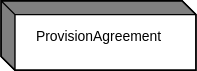
Earlier version of the draw.io export docs/logical_interfaces/media/sdmx_registry-provision_agreement.svg (sdmx-twg/sdmx-im). Source tidied: cells renumbered, new cells last; positions are measured from the earlier drawing's top-left corner, leaving out a move shared by most shapes.
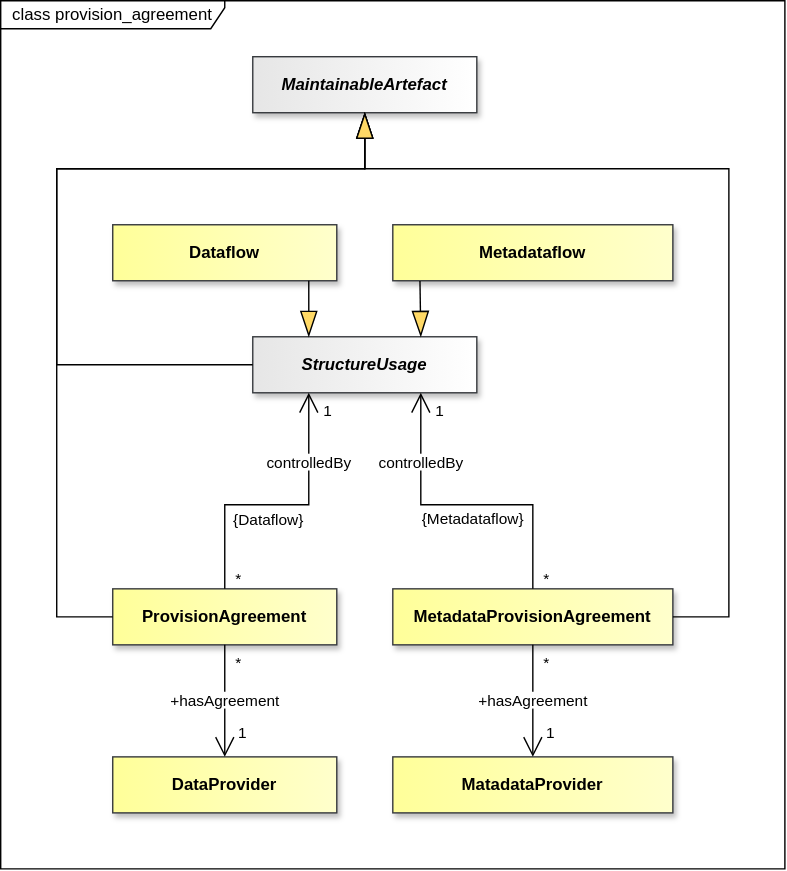
The same file after the commit.

The edit, as a diff of the source:
```diff
@@ -2,9 +2,9 @@
   <root>
     <mxCell id="0" />
     <mxCell id="1" parent="0" />
-    <mxCell id="2" value="ProvisionAgreement" style="shape=mxgraph.dfd.externalEntity;fontSize=10;" parent="1" vertex="1">
-      <mxGeometry width="140" height="50" as="geometry" />
-    </mxCell>
+    <mxCell id="64" value="class provision_agreement" style="shape=umlFrame;whiteSpace=wrap;html=1;fillColor=light-dark(#FFFFFF,#121212);swimlaneFillColor=light-dark(#FFFFFF,#121212);width=160;height=20;" parent="1" vertex="1">
+      <mxGeometry x="-80" y="-420" width="560" height="620" as="geometry" />
+    </mxCell>
     <mxCell id="3" style="endArrow=none;" parent="1" edge="1">
       <mxGeometry relative="1" as="geometry" />
     </mxCell>
@@ -125,9 +125,6 @@
     <mxCell id="42" style="endArrow=none;" parent="1" edge="1">
       <mxGeometry relative="1" as="geometry" />
     </mxCell>
-    <mxCell id="43" style="endArrow=none;" parent="1" edge="1" target="2">
-      <mxGeometry relative="1" as="geometry" />
-    </mxCell>
     <mxCell id="44" style="endArrow=none;" parent="1" edge="1">
       <mxGeometry relative="1" as="geometry" />
     </mxCell>
@@ -182,11 +179,135 @@
     <mxCell id="61" style="endArrow=none;" parent="1" edge="1">
       <mxGeometry relative="1" as="geometry" />
     </mxCell>
-    <mxCell id="62" value="controlledBy" style="endArrow=none;" parent="1" edge="1" source="2">
-      <mxGeometry relative="1" as="geometry" />
-    </mxCell>
-    <mxCell id="63" style="endArrow=none;" parent="1" edge="1" source="2">
-      <mxGeometry relative="1" as="geometry" />
-    </mxCell>
+    <mxCell id="65" value="&lt;span&gt;&lt;span&gt;StructureUsage&lt;/span&gt;&lt;/span&gt;" style="whiteSpace=wrap;html=1;verticalAlign=middle;gradientDirection=east;imageVerticalAlign=top;fontStyle=3;fillColor=light-dark(#E6E6E6,#E6E6E6);strokeColor=#36393d;fontColor=light-dark(#000000,#000000);gradientColor=light-dark(#FFFFFF,#FFFFFF);shadow=1;" parent="1" vertex="1">
+      <mxGeometry x="100" y="-180" width="160" height="40" as="geometry" />
+    </mxCell>
+    <mxCell id="66" value="&lt;span&gt;&lt;span&gt;Metadataflow&lt;/span&gt;&lt;/span&gt;" style="whiteSpace=wrap;html=1;verticalAlign=middle;gradientDirection=east;imageVerticalAlign=top;fontStyle=1;fillColor=light-dark(#FFFF99,#FFFF99);strokeColor=#36393d;fontColor=light-dark(#000000,#000000);gradientColor=light-dark(#FFFFCC,#FFFFCC);shadow=1;" parent="1" vertex="1">
+      <mxGeometry x="200" y="-260" width="200" height="40" as="geometry" />
+    </mxCell>
+    <mxCell id="67" value="&lt;span&gt;&lt;span&gt;DataProvider&lt;/span&gt;&lt;/span&gt;" style="whiteSpace=wrap;html=1;verticalAlign=middle;gradientDirection=east;imageVerticalAlign=top;fontStyle=1;fillColor=light-dark(#FFFF99,#FFFF99);strokeColor=#36393d;fontColor=light-dark(#000000,#000000);gradientColor=light-dark(#FFFFCC,#FFFFCC);shadow=1;" parent="1" vertex="1">
+      <mxGeometry y="120" width="160" height="40" as="geometry" />
+    </mxCell>
+    <mxCell id="2" value="&lt;span&gt;&lt;span&gt;ProvisionAgreement&lt;/span&gt;&lt;/span&gt;" style="whiteSpace=wrap;html=1;verticalAlign=middle;gradientDirection=east;imageVerticalAlign=top;fontStyle=1;fillColor=light-dark(#FFFF99,#FFFF99);strokeColor=#36393d;fontColor=light-dark(#000000,#000000);gradientColor=light-dark(#FFFFCC,#FFFFCC);shadow=1;" parent="1" vertex="1">
+      <mxGeometry width="160" height="40" as="geometry" />
+    </mxCell>
+    <mxCell id="68" value="&lt;span&gt;&lt;span&gt;Dataflow&lt;/span&gt;&lt;/span&gt;" style="whiteSpace=wrap;html=1;verticalAlign=middle;gradientDirection=east;imageVerticalAlign=top;fontStyle=1;fillColor=light-dark(#FFFF99,#FFFF99);strokeColor=#36393d;fontColor=light-dark(#000000,#000000);gradientColor=light-dark(#FFFFCC,#FFFFCC);shadow=1;" parent="1" vertex="1">
+      <mxGeometry y="-260" width="160" height="40" as="geometry" />
+    </mxCell>
+    <mxCell id="69" value="MaintainableArtefact" style="whiteSpace=wrap;html=1;verticalAlign=middle;gradientDirection=east;imageVerticalAlign=top;fontStyle=3;fillColor=light-dark(#E6E6E6,#E6E6E6);strokeColor=#36393d;fontColor=light-dark(#000000,#000000);gradientColor=light-dark(#FFFFFF,#FFFFFF);shadow=1;" parent="1" vertex="1">
+      <mxGeometry x="100" y="-380" width="160" height="40" as="geometry" />
+    </mxCell>
+    <mxCell id="70" style="endArrow=blockThin;endSize=16;endFill=1;html=1;rounded=0;entryX=0.5;entryY=1;entryDx=0;entryDy=0;startFill=0;endFillColor=light-dark(#FFD966,#FFD966);strokeColor=light-dark(#000000,#FFFFFF);startFillColor=light-dark(#000000,#FFFFFF);labelBackgroundColor=none;labelBorderColor=light-dark(#000000,#FFFFFF);exitX=0;exitY=0.5;exitDx=0;exitDy=0;" parent="1" edge="1" source="65" target="69">
+      <mxGeometry x="-0.26" relative="1" as="geometry">
+        <Array as="points">
+          <mxPoint x="-40" y="-160" />
+          <mxPoint x="-40" y="-300" />
+          <mxPoint x="180" y="-300" />
+        </Array>
+      </mxGeometry>
+    </mxCell>
+    <mxCell id="71" value="&lt;span&gt;&lt;span&gt;MatadataProvider&lt;/span&gt;&lt;/span&gt;" style="whiteSpace=wrap;html=1;verticalAlign=middle;gradientDirection=east;imageVerticalAlign=top;fontStyle=1;fillColor=light-dark(#FFFF99,#FFFF99);strokeColor=#36393d;fontColor=light-dark(#000000,#000000);gradientColor=light-dark(#FFFFCC,#FFFFCC);shadow=1;" parent="1" vertex="1">
+      <mxGeometry x="200" y="120" width="200" height="40" as="geometry" />
+    </mxCell>
+    <mxCell id="72" value="&lt;span&gt;&lt;span&gt;MetadataProvisionAgreement&lt;/span&gt;&lt;/span&gt;" style="whiteSpace=wrap;html=1;verticalAlign=middle;gradientDirection=east;imageVerticalAlign=top;fontStyle=1;fillColor=light-dark(#FFFF99,#FFFF99);strokeColor=#36393d;fontColor=light-dark(#000000,#000000);gradientColor=light-dark(#FFFFCC,#FFFFCC);shadow=1;" parent="1" vertex="1">
+      <mxGeometry x="200" width="200" height="40" as="geometry" />
+    </mxCell>
+    <mxCell id="73" style="endArrow=blockThin;endSize=16;endFill=1;html=1;rounded=0;startFill=0;endFillColor=light-dark(#FFD966,#FFD966);strokeColor=light-dark(#000000,#FFFFFF);startFillColor=light-dark(#000000,#FFFFFF);labelBackgroundColor=none;labelBorderColor=light-dark(#000000,#FFFFFF);entryX=0.25;entryY=0;entryDx=0;entryDy=0;exitX=0.875;exitY=0.999;exitDx=0;exitDy=0;exitPerimeter=0;" parent="1" edge="1" source="68" target="65">
+      <mxGeometry x="0.74" relative="1" as="geometry" />
+    </mxCell>
+    <mxCell id="74" style="endArrow=blockThin;endSize=16;endFill=1;html=1;rounded=0;startFill=0;endFillColor=light-dark(#FFD966,#FFD966);strokeColor=light-dark(#000000,#FFFFFF);startFillColor=light-dark(#000000,#FFFFFF);labelBackgroundColor=none;labelBorderColor=light-dark(#000000,#FFFFFF);entryX=0.75;entryY=0;entryDx=0;entryDy=0;exitX=0.097;exitY=1.006;exitDx=0;exitDy=0;exitPerimeter=0;" parent="1" edge="1" source="66" target="65">
+      <mxGeometry x="0.82" relative="1" as="geometry" />
+    </mxCell>
+    <mxCell id="75" value="&lt;span style=&quot;background-color: light-dark(#ffffff, var(--ge-dark-color, #121212));&quot;&gt;controlledBy&lt;/span&gt;" style="endArrow=open;html=1;endSize=12;startArrow=none;startSize=20;startFill=0;edgeStyle=orthogonalEdgeStyle;rounded=0;endFill=0;strokeColor=light-dark(#000000,#FFFFFF);fontColor=light-dark(#000000,#FFFFFF);labelBackgroundColor=none;exitX=0.5;exitY=0;exitDx=0;exitDy=0;entryX=0.75;entryY=1;entryDx=0;entryDy=0;" parent="1" edge="1" source="72" target="65">
+      <mxGeometry x="0.55" relative="1" as="geometry">
+        <Array as="points">
+          <mxPoint x="300" y="-60" />
+          <mxPoint x="220" y="-60" />
+        </Array>
+      </mxGeometry>
+    </mxCell>
+    <mxCell id="76" value="*" style="edgeLabel;html=1;align=left;verticalAlign=top;labelBackgroundColor=none;fontColor=light-dark(#000000,#FFFFFF);" parent="75" vertex="1">
+      <mxGeometry x="-1" relative="1" as="geometry">
+        <mxPoint x="6" y="-20" as="offset" />
+      </mxGeometry>
+    </mxCell>
+    <mxCell id="77" value="1" style="edgeLabel;html=1;align=right;verticalAlign=top;labelBackgroundColor=none;fontColor=light-dark(#000000,#FFFFFF);" parent="75" vertex="1">
+      <mxGeometry x="1" relative="1" as="geometry">
+        <mxPoint x="17" as="offset" />
+      </mxGeometry>
+    </mxCell>
+    <mxCell id="78" value="{Metadataflow}" style="edgeLabel;html=1;align=center;verticalAlign=middle;" parent="75" vertex="1">
+      <mxGeometry x="-0.46" y="2" relative="1" as="geometry">
+        <mxPoint x="-42" y="8" as="offset" />
+      </mxGeometry>
+    </mxCell>
+    <mxCell id="79" value="&lt;span style=&quot;background-color: light-dark(#ffffff, var(--ge-dark-color, #121212));&quot;&gt;controlledBy&lt;/span&gt;" style="endArrow=open;html=1;endSize=12;startArrow=none;startSize=20;startFill=0;edgeStyle=orthogonalEdgeStyle;rounded=0;endFill=0;strokeColor=light-dark(#000000,#FFFFFF);fontColor=light-dark(#000000,#FFFFFF);labelBackgroundColor=none;exitX=0.5;exitY=0;exitDx=0;exitDy=0;entryX=0.25;entryY=1;entryDx=0;entryDy=0;" parent="1" edge="1" source="2" target="65">
+      <mxGeometry x="0.5" relative="1" as="geometry">
+        <Array as="points">
+          <mxPoint x="80" y="-60" />
+          <mxPoint x="140" y="-60" />
+        </Array>
+      </mxGeometry>
+    </mxCell>
+    <mxCell id="80" value="*" style="edgeLabel;html=1;align=left;verticalAlign=top;labelBackgroundColor=none;fontColor=light-dark(#000000,#FFFFFF);" parent="79" vertex="1">
+      <mxGeometry x="-0.45" relative="1" as="geometry">
+        <mxPoint x="6" y="35" as="offset" />
+      </mxGeometry>
+    </mxCell>
+    <mxCell id="81" value="1" style="edgeLabel;html=1;align=right;verticalAlign=top;labelBackgroundColor=none;fontColor=light-dark(#000000,#FFFFFF);" parent="79" vertex="1">
+      <mxGeometry x="1" relative="1" as="geometry">
+        <mxPoint x="17" as="offset" />
+      </mxGeometry>
+    </mxCell>
+    <mxCell id="82" value="{Dataflow}" style="edgeLabel;html=1;align=center;verticalAlign=middle;" parent="79" vertex="1">
+      <mxGeometry x="-0.16" y="2" relative="1" as="geometry">
+        <mxPoint x="6" y="12" as="offset" />
+      </mxGeometry>
+    </mxCell>
+    <mxCell id="83" value="&lt;span style=&quot;background-color: light-dark(#ffffff, var(--ge-dark-color, #121212));&quot;&gt;+hasAgreement&lt;/span&gt;" style="endArrow=open;html=1;endSize=12;startArrow=none;startSize=20;startFill=0;edgeStyle=orthogonalEdgeStyle;rounded=0;endFill=0;strokeColor=light-dark(#000000,#FFFFFF);fontColor=light-dark(#000000,#FFFFFF);labelBackgroundColor=none;entryX=0.5;entryY=0;entryDx=0;entryDy=0;exitX=0.5;exitY=1;exitDx=0;exitDy=0;" parent="1" edge="1" source="2" target="67">
+      <mxGeometry relative="1" as="geometry" />
+    </mxCell>
+    <mxCell id="84" value="*" style="edgeLabel;html=1;align=left;verticalAlign=top;labelBackgroundColor=none;fontColor=light-dark(#000000,#FFFFFF);" parent="83" vertex="1">
+      <mxGeometry x="-1" relative="1" as="geometry">
+        <mxPoint x="6" as="offset" />
+      </mxGeometry>
+    </mxCell>
+    <mxCell id="85" value="1" style="edgeLabel;html=1;align=right;verticalAlign=top;labelBackgroundColor=none;fontColor=light-dark(#000000,#FFFFFF);" parent="83" vertex="1">
+      <mxGeometry x="1" relative="1" as="geometry">
+        <mxPoint x="16" y="-30" as="offset" />
+      </mxGeometry>
+    </mxCell>
+    <mxCell id="86" value="&lt;span style=&quot;background-color: light-dark(#ffffff, var(--ge-dark-color, #121212));&quot;&gt;+hasAgreement&lt;/span&gt;" style="endArrow=open;html=1;endSize=12;startArrow=none;startSize=20;startFill=0;edgeStyle=orthogonalEdgeStyle;rounded=0;endFill=0;strokeColor=light-dark(#000000,#FFFFFF);fontColor=light-dark(#000000,#FFFFFF);labelBackgroundColor=none;entryX=0.5;entryY=0;entryDx=0;entryDy=0;exitX=0.5;exitY=1;exitDx=0;exitDy=0;" parent="1" edge="1" source="72" target="71">
+      <mxGeometry relative="1" as="geometry" />
+    </mxCell>
+    <mxCell id="87" value="*" style="edgeLabel;html=1;align=left;verticalAlign=top;labelBackgroundColor=none;fontColor=light-dark(#000000,#FFFFFF);" parent="86" vertex="1">
+      <mxGeometry x="-1" relative="1" as="geometry">
+        <mxPoint x="6" as="offset" />
+      </mxGeometry>
+    </mxCell>
+    <mxCell id="88" value="1" style="edgeLabel;html=1;align=right;verticalAlign=top;labelBackgroundColor=none;fontColor=light-dark(#000000,#FFFFFF);" parent="86" vertex="1">
+      <mxGeometry x="1" relative="1" as="geometry">
+        <mxPoint x="16" y="-30" as="offset" />
+      </mxGeometry>
+    </mxCell>
+    <mxCell id="89" style="endArrow=blockThin;endSize=16;endFill=1;html=1;rounded=0;entryX=0.5;entryY=1;entryDx=0;entryDy=0;startFill=0;endFillColor=light-dark(#FFD966,#FFD966);strokeColor=light-dark(#000000,#FFFFFF);startFillColor=light-dark(#000000,#FFFFFF);labelBackgroundColor=none;labelBorderColor=light-dark(#000000,#FFFFFF);exitX=1;exitY=0.5;exitDx=0;exitDy=0;" parent="1" edge="1" source="72" target="69">
+      <mxGeometry x="-0.29" relative="1" as="geometry">
+        <Array as="points">
+          <mxPoint x="440" y="20" />
+          <mxPoint x="440" y="-300" />
+          <mxPoint x="180" y="-300" />
+        </Array>
+      </mxGeometry>
+    </mxCell>
+    <mxCell id="90" style="endArrow=blockThin;endSize=16;endFill=1;html=1;rounded=0;entryX=0.5;entryY=1;entryDx=0;entryDy=0;startFill=0;endFillColor=light-dark(#FFD966,#FFD966);strokeColor=light-dark(#000000,#FFFFFF);startFillColor=light-dark(#000000,#FFFFFF);labelBackgroundColor=none;labelBorderColor=light-dark(#000000,#FFFFFF);exitX=0;exitY=0.5;exitDx=0;exitDy=0;" parent="1" edge="1" source="2" target="69">
+      <mxGeometry x="-0.52" relative="1" as="geometry">
+        <Array as="points">
+          <mxPoint x="-40" y="20" />
+          <mxPoint x="-40" y="-160" />
+          <mxPoint x="-40" y="-300" />
+          <mxPoint x="180" y="-300" />
+        </Array>
+      </mxGeometry>
+    </mxCell>
   </root>
 </mxGraphModel>
```
